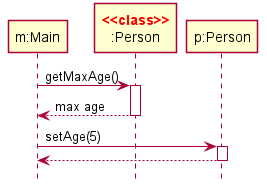
nus-cs2113-AY2122S1/website keeps this PlantUML diagram as book/uml/sequenceDiagrams/staticMethods/images/staticMethodCall.png. Above is the earlier version. Its source is kept beside it as book/uml/sequenceDiagrams/staticMethods/images/staticMethodCall.puml. The source it was exported from:
```plantuml
@startuml
skinparam Shadowing false
hide footbox
participant "m:Main" as Main
participant "<b><color:red><<class>></color></b>\n:Person" as PersonClass
participant "p:Person" as Person

Main -> PersonClass ++ : getMaxAge()
return max age
Main -> Person ++ : setAge(5)
return
@enduml
```
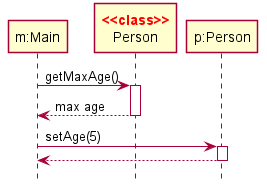
Later version of the same file.

The edit, as a diff of the source:
```diff
@@ -2,7 +2,7 @@
 skinparam Shadowing false
 hide footbox
 participant "m:Main" as Main
-participant "<b><color:red><<class>></color></b>\n:Person" as PersonClass
+participant "<b><color:red><<class>></color></b>\nPerson" as PersonClass
 participant "p:Person" as Person
 
 Main -> PersonClass ++ : getMaxAge()
```
